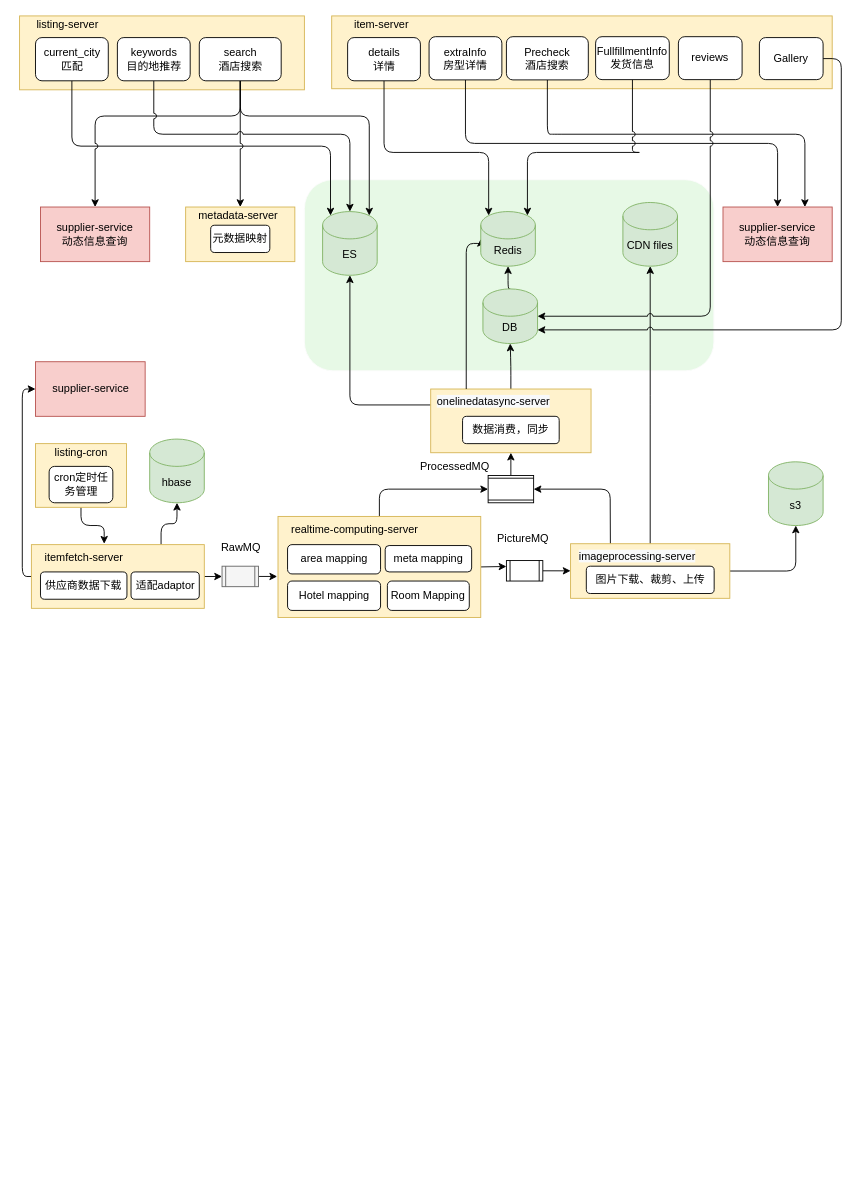
Above: page "Page-1" (1 of 8) of diagrams/hotel.drawio in wxquare/wxquare.github.io (draw.io), before the change. Source tidied: cells renumbered, new cells numbered last; positions are measured from the earlier drawing's top-left corner, leaving out a move shared by most shapes. Both pictures are drawn from the tidied source at 91%, with x=0, y=0 at pixel (19, 15).
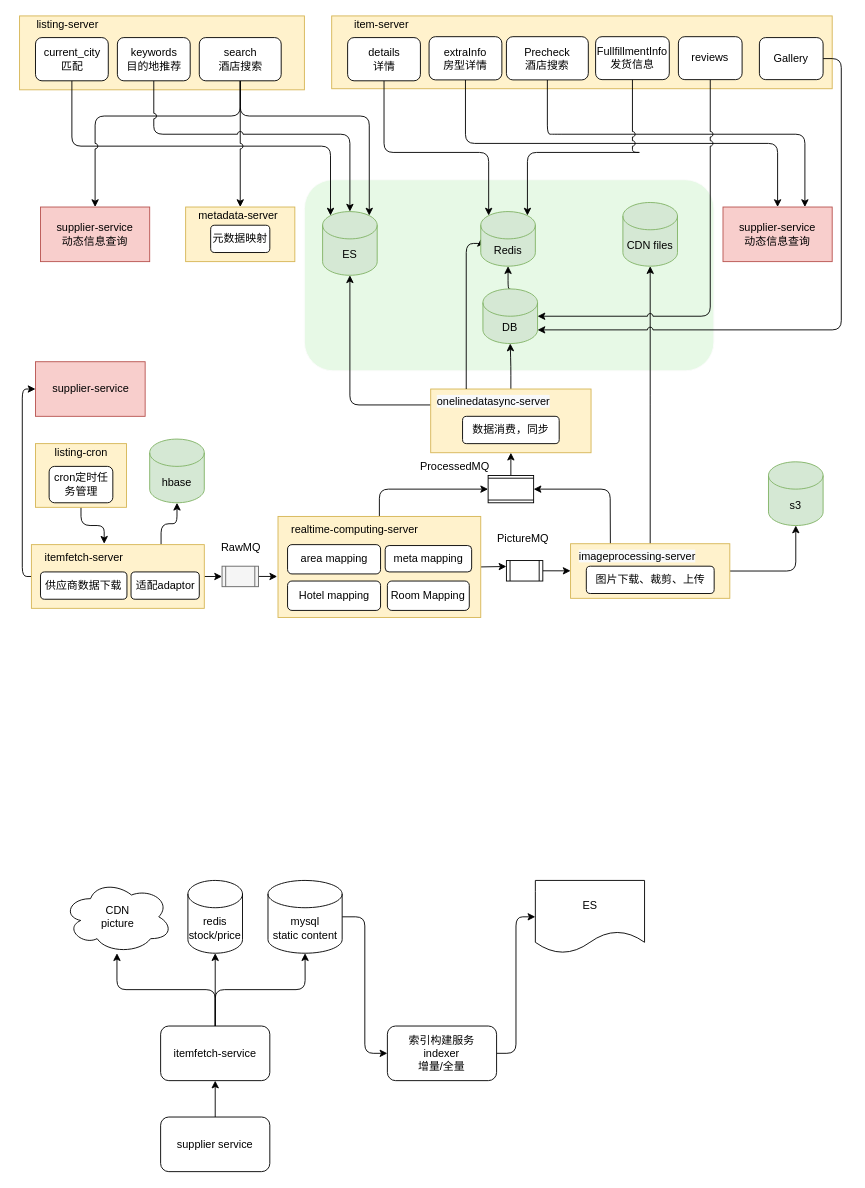
The same page after the edit.

The edit, as a diff of the source:
```diff
@@
+    <mxCell id="80" style="edgeStyle=orthogonalEdgeStyle;rounded=1;jettySize=auto;html=1;exitX=1;exitY=0.5;exitDx=0;exitDy=0;exitPerimeter=0;entryX=0;entryY=0.5;entryDx=0;entryDy=0;" parent="1" edge="1" source="81" target="84">
+      <mxGeometry relative="1" as="geometry" />
+    </mxCell>
+    <mxCell id="81" value="mysql&lt;br&gt;static content" style="shape=cylinder3;whiteSpace=wrap;html=1;boundedLbl=1;backgroundOutline=1;size=15;" parent="1" vertex="1">
+      <mxGeometry x="273" y="950" width="81.5" height="80" as="geometry" />
+    </mxCell>
+    <mxCell id="82" value="ES" style="shape=document;whiteSpace=wrap;html=1;boundedLbl=1;" parent="1" vertex="1">
+      <mxGeometry x="566.8" y="950" width="120" height="80" as="geometry" />
+    </mxCell>
+    <mxCell id="83" style="edgeStyle=orthogonalEdgeStyle;rounded=1;jettySize=auto;html=1;exitX=1;exitY=0.5;exitDx=0;exitDy=0;entryX=0;entryY=0.5;entryDx=0;entryDy=0;" parent="1" edge="1" source="84" target="82">
+      <mxGeometry relative="1" as="geometry" />
+    </mxCell>
+    <mxCell id="84" value="索引构建服务&lt;br&gt;indexer&lt;br&gt;增量/全量" style="rounded=1;whiteSpace=wrap;html=1;" parent="1" vertex="1">
+      <mxGeometry x="404.2" y="1110" width="120" height="60" as="geometry" />
+    </mxCell>
+    <mxCell id="85" value="CDN&lt;br&gt;picture" style="ellipse;shape=cloud;whiteSpace=wrap;html=1;" parent="1" vertex="1">
+      <mxGeometry x="48" y="950" width="120" height="80" as="geometry" />
+    </mxCell>
+    <mxCell id="86" value="redis&lt;br&gt;stock/price" style="shape=cylinder3;whiteSpace=wrap;html=1;boundedLbl=1;backgroundOutline=1;size=15;" parent="1" vertex="1">
+      <mxGeometry x="185" y="950" width="60" height="80" as="geometry" />
+    </mxCell>
+    <mxCell id="87" value="itemfetch-service" style="rounded=1;whiteSpace=wrap;html=1;" parent="1" vertex="1">
+      <mxGeometry x="155" y="1110" width="120" height="60" as="geometry" />
+    </mxCell>
+    <mxCell id="88" style="edgeStyle=orthogonalEdgeStyle;rounded=1;jettySize=auto;html=1;exitX=0.5;exitY=0;exitDx=0;exitDy=0;entryX=0.492;entryY=1;entryDx=0;entryDy=0;entryPerimeter=0;" parent="1" edge="1" source="87" target="85">
+      <mxGeometry relative="1" as="geometry" />
+    </mxCell>
+    <mxCell id="89" style="edgeStyle=orthogonalEdgeStyle;rounded=0;jettySize=auto;html=1;exitX=0.5;exitY=0;exitDx=0;exitDy=0;entryX=0.5;entryY=1;entryDx=0;entryDy=0;entryPerimeter=0;" parent="1" edge="1" source="87" target="86">
+      <mxGeometry relative="1" as="geometry" />
+    </mxCell>
+    <mxCell id="90" style="edgeStyle=orthogonalEdgeStyle;rounded=1;jettySize=auto;html=1;exitX=0.5;exitY=0;exitDx=0;exitDy=0;entryX=0.5;entryY=1;entryDx=0;entryDy=0;entryPerimeter=0;" parent="1" edge="1" source="87" target="81">
+      <mxGeometry relative="1" as="geometry" />
+    </mxCell>
+    <mxCell id="91" style="edgeStyle=orthogonalEdgeStyle;rounded=0;jettySize=auto;html=1;exitX=0.5;exitY=0;exitDx=0;exitDy=0;entryX=0.5;entryY=1;entryDx=0;entryDy=0;" parent="1" edge="1" source="92" target="87">
+      <mxGeometry relative="1" as="geometry" />
+    </mxCell>
+    <mxCell id="92" value="supplier service" style="rounded=1;whiteSpace=wrap;html=1;" parent="1" vertex="1">
+      <mxGeometry x="155" y="1210" width="120" height="60" as="geometry" />
+    </mxCell>
```
